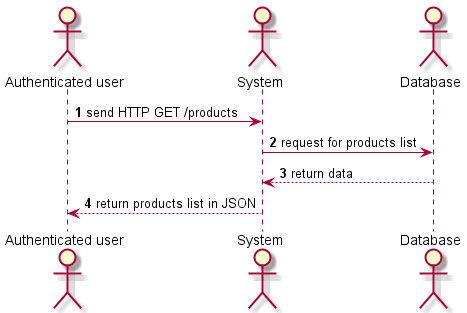
Xwyk/BileMo keeps this PlantUML diagram as diagrams/render/Sequences/ProductsManagement/Sequence_ListProducts.png. Above is the earlier version.
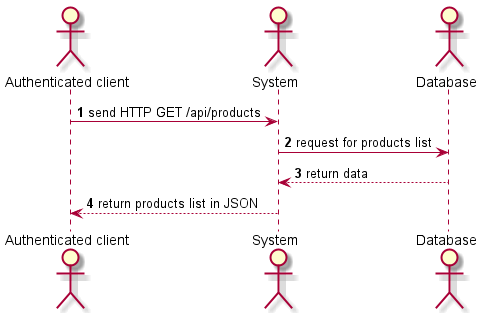
After the commit.

Change to the diagram source:
```diff
@@ -2,13 +2,13 @@
 
 autonumber
 
-actor "Authenticated user" as user
+actor "Authenticated client" as client
 actor System                as system
 actor Database              as db
 
-user  -> system  : send HTTP GET /products
+client  -> system  : send HTTP GET /api/products
 system -> db      : request for products list
 system <-- db     : return data
-user  <-- system : return products list in JSON
+client  <-- system : return products list in JSON
 
 @enduml
```
